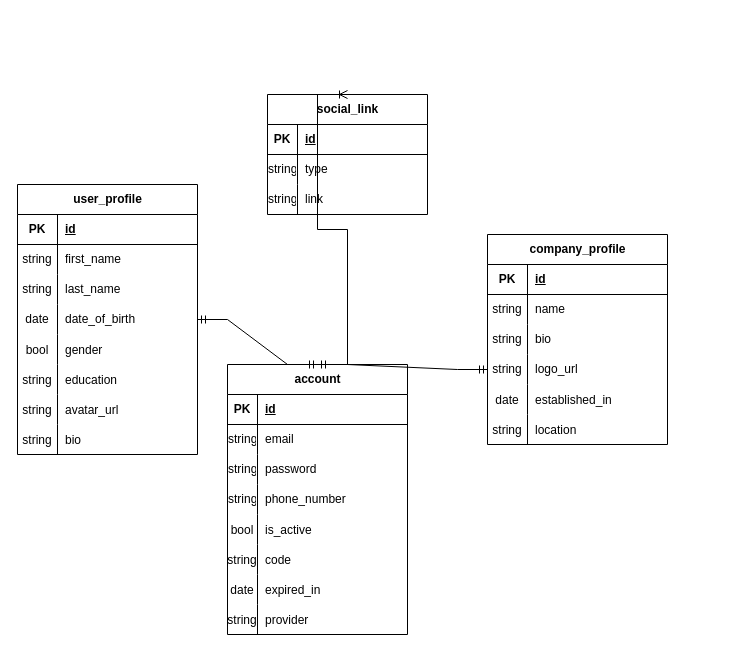
CulesBao/pbl3-find-job-fe keeps this draw.io diagram as database-diagram.drawio. Above is the earlier version. Source tidied: cells renumbered, new cells numbered last; positions are measured from the earlier drawing's top-left corner, leaving out a move shared by most shapes. Both pictures are drawn from the tidied source at 100%, with x=0, y=0 at pixel (17, 44).
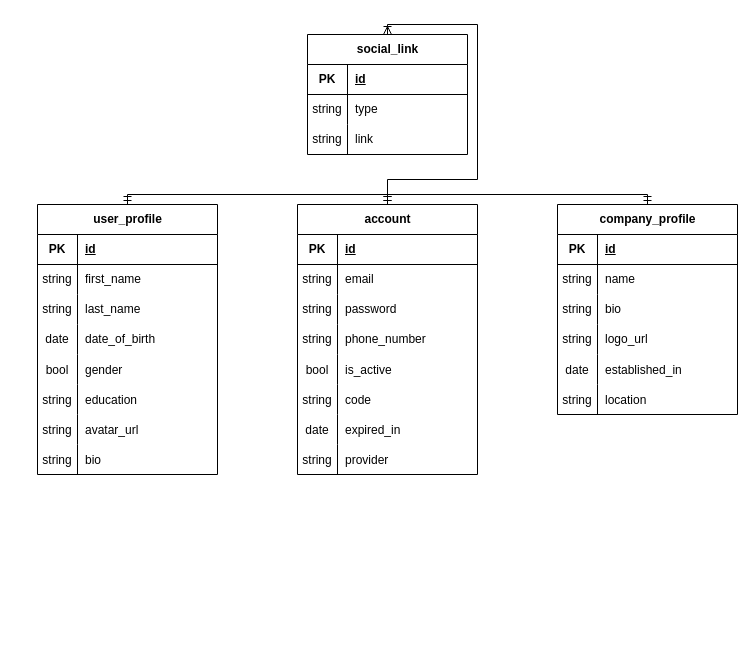
Above is the later version.

Commit message:
feat: Fix relation line

Unchanged cells that the change refers to:
```xml
<mxCell id="12" style="shape=tableRow;horizontal=0;startSize=0;swimlaneHead=0;swimlaneBody=0;fillColor=none;points=[[0,0.5],[1,0.5]];portConstraint=eastwest;top=0;left=0;right=0;bottom=0;" parent="2" vertex="1">
  <mxGeometry y="120" width="180" height="30" as="geometry" />
</mxCell>
<mxCell id="37" style="shape=tableRow;horizontal=0;startSize=0;swimlaneHead=0;swimlaneBody=0;fillColor=none;points=[[0,0.5],[1,0.5]];portConstraint=eastwest;top=0;left=0;right=0;bottom=0;" parent="27" vertex="1">
  <mxGeometry y="120" width="180" height="30" as="geometry" />
</mxCell>
<mxCell id="47" style="shape=tableRow;horizontal=0;startSize=0;swimlaneHead=0;swimlaneBody=0;fillColor=none;top=0;left=0;right=0;bottom=1;" parent="46" vertex="1">
  <mxGeometry y="30" width="180" height="30" as="geometry" />
</mxCell>
<mxCell id="50" style="shape=tableRow;horizontal=0;startSize=0;swimlaneHead=0;swimlaneBody=0;fillColor=none;top=0;left=0;right=0;bottom=0;" parent="46" vertex="1">
  <mxGeometry y="60" width="180" height="30" as="geometry" />
</mxCell>
<mxCell id="53" style="shape=tableRow;horizontal=0;startSize=0;swimlaneHead=0;swimlaneBody=0;fillColor=none;top=0;left=0;right=0;bottom=0;" parent="46" vertex="1">
  <mxGeometry y="90" width="180" height="30" as="geometry" />
</mxCell>
<mxCell id="56" style="shape=tableRow;horizontal=0;startSize=0;swimlaneHead=0;swimlaneBody=0;fillColor=none;top=0;left=0;right=0;bottom=0;" parent="46" vertex="1">
  <mxGeometry y="120" width="180" height="30" as="geometry" />
</mxCell>
<mxCell id="59" style="shape=tableRow;horizontal=0;startSize=0;swimlaneHead=0;swimlaneBody=0;fillColor=none;top=0;left=0;right=0;bottom=0;" parent="46" vertex="1">
  <mxGeometry y="150" width="180" height="30" as="geometry" />
</mxCell>
<mxCell id="62" style="shape=tableRow;horizontal=0;startSize=0;swimlaneHead=0;swimlaneBody=0;fillColor=none;top=0;left=0;right=0;bottom=0;" parent="46" vertex="1">
  <mxGeometry y="180" width="180" height="30" as="geometry" />
</mxCell>
<mxCell id="65" style="shape=tableRow;horizontal=0;startSize=0;swimlaneHead=0;swimlaneBody=0;fillColor=none;top=0;left=0;right=0;bottom=0;" parent="46" vertex="1">
  <mxGeometry y="210" width="180" height="30" as="geometry" />
</mxCell>
<mxCell id="68" style="shape=tableRow;horizontal=0;startSize=0;swimlaneHead=0;swimlaneBody=0;fillColor=none;top=0;left=0;right=0;bottom=0;" parent="46" vertex="1">
  <mxGeometry y="240" width="180" height="30" as="geometry" />
</mxCell>
<mxCell id="74" style="shape=tableRow;horizontal=0;startSize=0;swimlaneHead=0;swimlaneBody=0;fillColor=none;top=0;left=0;right=0;bottom=1;" parent="73" vertex="1">
  <mxGeometry y="30" width="160" height="30" as="geometry" />
</mxCell>
<mxCell id="77" style="shape=tableRow;horizontal=0;startSize=0;swimlaneHead=0;swimlaneBody=0;fillColor=none;top=0;left=0;right=0;bottom=0;" parent="73" vertex="1">
  <mxGeometry y="60" width="160" height="30" as="geometry" />
</mxCell>
<mxCell id="80" style="shape=tableRow;horizontal=0;startSize=0;swimlaneHead=0;swimlaneBody=0;fillColor=none;top=0;left=0;right=0;bottom=0;" parent="73" vertex="1">
  <mxGeometry y="90" width="160" height="30" as="geometry" />
</mxCell>
```

Change to the diagram source:
```diff
@@
     <mxCell id="2" value="user_profile" style="shape=table;startSize=30;childLayout=tableLayout;rowLines=0;fontStyle=1;align=center;html=1;" parent="1" vertex="1">
-      <mxGeometry y="140" width="180" height="270" as="geometry" />
+      <mxGeometry x="20" y="160" width="180" height="270" as="geometry" />
     </mxCell>
@@
-    <mxCell id="27" value="company_profile" style="shape=table;startSize=30;childLayout=tableLayout;rowLines=0;fontStyle=1;align=center;html=1;" parent="1" vertex="1">
-      <mxGeometry x="470" y="190" width="180" height="210" as="geometry" />
+    <mxCell id="27" value="company_profile" style="shape=table;startSize=30;childLayout=tableLayout;rowLines=0;fontStyle=1;align=center;html=1;rounded=0;" parent="1" vertex="1">
+      <mxGeometry x="540" y="160" width="180" height="210" as="geometry" />
     </mxCell>
@@
     <mxCell id="46" value="account" style="shape=table;startSize=30;childLayout=tableLayout;rowLines=0;fontStyle=1;align=center;html=1;" parent="1" vertex="1">
-      <mxGeometry x="210" y="320" width="180" height="270" as="geometry" />
+      <mxGeometry x="280" y="160" width="180" height="270" as="geometry" />
     </mxCell>
@@
     <mxCell id="48" value="PK" style="shape=partialRectangle;fillColor=none;top=0;left=0;bottom=0;right=0;fontStyle=1;overflow=hidden;whiteSpace=wrap;html=1;" parent="47" vertex="1">
-      <mxGeometry width="30" height="30" as="geometry" />
+      <mxGeometry width="40" height="30" as="geometry" />
     </mxCell>
     <mxCell id="49" value="id" style="shape=partialRectangle;fillColor=none;top=0;left=0;bottom=0;right=0;align=left;spacingLeft=6;fontStyle=5;overflow=hidden;whiteSpace=wrap;html=1;" parent="47" vertex="1">
-      <mxGeometry x="30" width="150" height="30" as="geometry" />
+      <mxGeometry x="40" width="140" height="30" as="geometry" />
     </mxCell>
@@
     <mxCell id="51" value="string" style="shape=partialRectangle;fillColor=none;top=0;left=0;bottom=0;right=0;overflow=hidden;whiteSpace=wrap;html=1;" parent="50" vertex="1">
-      <mxGeometry width="30" height="30" as="geometry" />
+      <mxGeometry width="40" height="30" as="geometry" />
     </mxCell>
     <mxCell id="52" value="email" style="shape=partialRectangle;fillColor=none;top=0;left=0;bottom=0;right=0;align=left;spacingLeft=6;overflow=hidden;whiteSpace=wrap;html=1;" parent="50" vertex="1">
-      <mxGeometry x="30" width="150" height="30" as="geometry" />
+      <mxGeometry x="40" width="140" height="30" as="geometry" />
     </mxCell>
@@
     <mxCell id="54" value="string" style="shape=partialRectangle;fillColor=none;top=0;left=0;bottom=0;right=0;overflow=hidden;whiteSpace=wrap;html=1;" parent="53" vertex="1">
-      <mxGeometry width="30" height="30" as="geometry" />
+      <mxGeometry width="40" height="30" as="geometry" />
     </mxCell>
     <mxCell id="55" value="password" style="shape=partialRectangle;fillColor=none;top=0;left=0;bottom=0;right=0;align=left;spacingLeft=6;overflow=hidden;whiteSpace=wrap;html=1;" parent="53" vertex="1">
-      <mxGeometry x="30" width="150" height="30" as="geometry" />
+      <mxGeometry x="40" width="140" height="30" as="geometry" />
     </mxCell>
@@
     <mxCell id="57" value="string" style="shape=partialRectangle;fillColor=none;top=0;left=0;bottom=0;right=0;overflow=hidden;whiteSpace=wrap;html=1;" parent="56" vertex="1">
-      <mxGeometry width="30" height="30" as="geometry" />
+      <mxGeometry width="40" height="30" as="geometry" />
     </mxCell>
     <mxCell id="58" value="phone_number" style="shape=partialRectangle;fillColor=none;top=0;left=0;bottom=0;right=0;align=left;spacingLeft=6;overflow=hidden;whiteSpace=wrap;html=1;" parent="56" vertex="1">
-      <mxGeometry x="30" width="150" height="30" as="geometry" />
+      <mxGeometry x="40" width="140" height="30" as="geometry" />
     </mxCell>
@@
     <mxCell id="60" value="bool" style="shape=partialRectangle;fillColor=none;top=0;left=0;bottom=0;right=0;overflow=hidden;" parent="59" vertex="1">
-      <mxGeometry width="30" height="30" as="geometry" />
+      <mxGeometry width="40" height="30" as="geometry" />
     </mxCell>
     <mxCell id="61" value="is_active    " style="shape=partialRectangle;fillColor=none;top=0;left=0;bottom=0;right=0;align=left;spacingLeft=6;overflow=hidden;" parent="59" vertex="1">
-      <mxGeometry x="30" width="150" height="30" as="geometry" />
+      <mxGeometry x="40" width="140" height="30" as="geometry" />
     </mxCell>
@@
     <mxCell id="63" value="string" style="shape=partialRectangle;fillColor=none;top=0;left=0;bottom=0;right=0;overflow=hidden;" parent="62" vertex="1">
-      <mxGeometry width="30" height="30" as="geometry" />
+      <mxGeometry width="40" height="30" as="geometry" />
     </mxCell>
     <mxCell id="64" value="code" style="shape=partialRectangle;fillColor=none;top=0;left=0;bottom=0;right=0;align=left;spacingLeft=6;overflow=hidden;" parent="62" vertex="1">
-      <mxGeometry x="30" width="150" height="30" as="geometry" />
+      <mxGeometry x="40" width="140" height="30" as="geometry" />
     </mxCell>
@@
     <mxCell id="66" value="date" style="shape=partialRectangle;fillColor=none;top=0;left=0;bottom=0;right=0;overflow=hidden;" parent="65" vertex="1">
-      <mxGeometry width="30" height="30" as="geometry" />
+      <mxGeometry width="40" height="30" as="geometry" />
     </mxCell>
     <mxCell id="67" value="expired_in" style="shape=partialRectangle;fillColor=none;top=0;left=0;bottom=0;right=0;align=left;spacingLeft=6;overflow=hidden;" parent="65" vertex="1">
-      <mxGeometry x="30" width="150" height="30" as="geometry" />
+      <mxGeometry x="40" width="140" height="30" as="geometry" />
     </mxCell>
@@
     <mxCell id="69" value="string" style="shape=partialRectangle;fillColor=none;top=0;left=0;bottom=0;right=0;overflow=hidden;" parent="68" vertex="1">
-      <mxGeometry width="30" height="30" as="geometry" />
+      <mxGeometry width="40" height="30" as="geometry" />
     </mxCell>
     <mxCell id="70" value="provider" style="shape=partialRectangle;fillColor=none;top=0;left=0;bottom=0;right=0;align=left;spacingLeft=6;overflow=hidden;" parent="68" vertex="1">
-      <mxGeometry x="30" width="150" height="30" as="geometry" />
+      <mxGeometry x="40" width="140" height="30" as="geometry" />
     </mxCell>
-    <mxCell id="71" style="edgeStyle=entityRelationEdgeStyle;fontSize=12;html=1;endArrow=ERmandOne;startArrow=ERmandOne;rounded=0;exitX=1;exitY=0.5;exitDx=0;exitDy=0;entryX=0.5;entryY=0;entryDx=0;entryDy=0;" parent="1" edge="1" source="12" target="46">
-      <mxGeometry relative="1" as="geometry">
-        <Array as="points">
-          <mxPoint x="250" y="10" />
-          <mxPoint x="270" y="170" />
-          <mxPoint x="280" />
-          <mxPoint x="320" />
-        </Array>
-      </mxGeometry>
+    <mxCell id="71" style="edgeStyle=orthogonalEdgeStyle;fontSize=12;html=1;endArrow=ERmandOne;startArrow=ERmandOne;rounded=0;exitX=0.5;exitY=0;exitDx=0;exitDy=0;entryX=0.5;entryY=0;entryDx=0;entryDy=0;" parent="1" edge="1" source="2" target="46">
+      <mxGeometry relative="1" as="geometry" />
     </mxCell>
-    <mxCell id="72" style="edgeStyle=entityRelationEdgeStyle;fontSize=12;html=1;endArrow=ERmandOne;startArrow=ERmandOne;rounded=0;exitX=0.5;exitY=0;exitDx=0;exitDy=0;entryX=0;entryY=0.5;entryDx=0;entryDy=0;" parent="1" edge="1" source="46" target="37">
+    <mxCell id="72" style="edgeStyle=orthogonalEdgeStyle;fontSize=12;html=1;endArrow=ERmandOne;startArrow=ERmandOne;rounded=0;exitX=0.5;exitY=0;exitDx=0;exitDy=0;entryX=0.5;entryY=0;entryDx=0;entryDy=0;" parent="1" edge="1" source="46" target="27">
       <mxGeometry relative="1" as="geometry" />
     </mxCell>
     <mxCell id="73" value="social_link" style="shape=table;startSize=30;childLayout=tableLayout;rowLines=0;fontStyle=1;align=center;html=1;" parent="1" vertex="1">
-      <mxGeometry x="250" y="50" width="160" height="120" as="geometry" />
+      <mxGeometry x="290" y="-10" width="160" height="120" as="geometry" />
     </mxCell>
@@
     <mxCell id="75" value="PK" style="shape=partialRectangle;fillColor=none;top=0;left=0;bottom=0;right=0;fontStyle=1;overflow=hidden;whiteSpace=wrap;html=1;" parent="74" vertex="1">
-      <mxGeometry width="30" height="30" as="geometry" />
+      <mxGeometry width="40" height="30" as="geometry" />
     </mxCell>
     <mxCell id="76" value="id" style="shape=partialRectangle;fillColor=none;top=0;left=0;bottom=0;right=0;align=left;spacingLeft=6;fontStyle=5;overflow=hidden;whiteSpace=wrap;html=1;" parent="74" vertex="1">
-      <mxGeometry x="30" width="130" height="30" as="geometry" />
+      <mxGeometry x="40" width="120" height="30" as="geometry" />
     </mxCell>
@@
     <mxCell id="78" value="string" style="shape=partialRectangle;fillColor=none;top=0;left=0;bottom=0;right=0;overflow=hidden;whiteSpace=wrap;html=1;" parent="77" vertex="1">
-      <mxGeometry width="30" height="30" as="geometry" />
+      <mxGeometry width="40" height="30" as="geometry" />
     </mxCell>
     <mxCell id="79" value="type" style="shape=partialRectangle;fillColor=none;top=0;left=0;bottom=0;right=0;align=left;spacingLeft=6;overflow=hidden;whiteSpace=wrap;html=1;" parent="77" vertex="1">
-      <mxGeometry x="30" width="130" height="30" as="geometry" />
+      <mxGeometry x="40" width="120" height="30" as="geometry" />
     </mxCell>
@@
     <mxCell id="81" value="string" style="shape=partialRectangle;fillColor=none;top=0;left=0;bottom=0;right=0;overflow=hidden;whiteSpace=wrap;html=1;" parent="80" vertex="1">
-      <mxGeometry width="30" height="30" as="geometry" />
+      <mxGeometry width="40" height="30" as="geometry" />
     </mxCell>
     <mxCell id="82" value="link" style="shape=partialRectangle;fillColor=none;top=0;left=0;bottom=0;right=0;align=left;spacingLeft=6;overflow=hidden;whiteSpace=wrap;html=1;" parent="80" vertex="1">
-      <mxGeometry x="30" width="130" height="30" as="geometry" />
+      <mxGeometry x="40" width="120" height="30" as="geometry" />
     </mxCell>
-    <mxCell id="83" style="edgeStyle=entityRelationEdgeStyle;fontSize=12;html=1;endArrow=ERoneToMany;rounded=0;exitX=0.5;exitY=0;exitDx=0;exitDy=0;entryX=0.5;entryY=0;entryDx=0;entryDy=0;" parent="1" edge="1" source="46" target="73">
-      <mxGeometry relative="1" as="geometry">
-        <Array as="points">
-          <mxPoint x="420" y="50" />
-          <mxPoint x="330" y="200" />
-          <mxPoint x="280" y="160" />
-        </Array>
-      </mxGeometry>
+    <mxCell id="83" style="edgeStyle=orthogonalEdgeStyle;fontSize=12;html=1;endArrow=ERoneToMany;rounded=0;exitX=0.5;exitY=0;exitDx=0;exitDy=0;entryX=0.5;entryY=0;entryDx=0;entryDy=0;" parent="1" edge="1" source="46" target="73">
+      <mxGeometry relative="1" as="geometry" />
     </mxCell>
```
